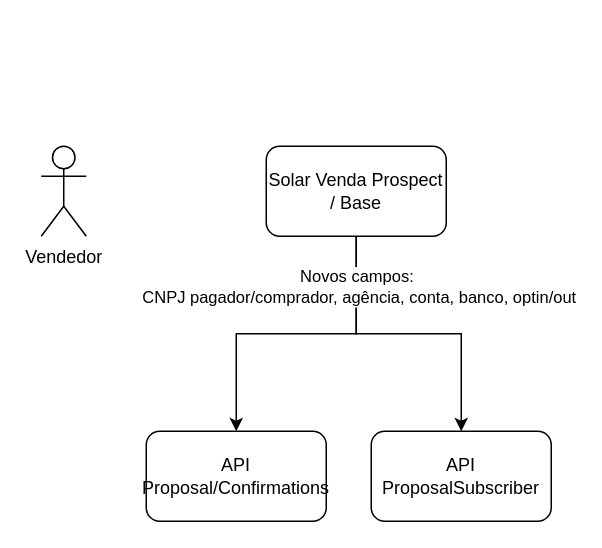
Above: Solar 129761 Pix Automático PME - Apresentação DSS.drawio in samirali/ClaroBrasil (draw.io), before the change. Source tidied: cells renumbered, new cells numbered last; positions are measured from the earlier drawing's top-left corner, leaving out a move shared by most shapes. Both pictures are drawn from the tidied source at 150%, with x=0, y=0 at pixel (40, 146).
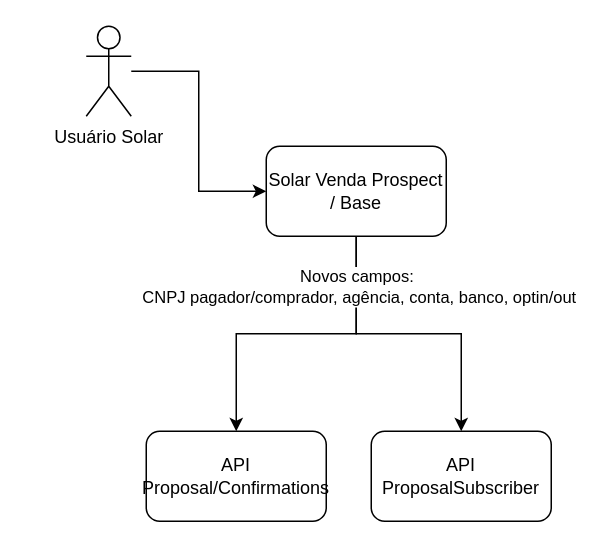
Above is the later version.

What changed in the source:
```diff
@@
 <mxGraphModel>
   <root>
     <mxCell id="0" />
     <mxCell id="1" parent="0" />
     <mxCell id="2" style="edgeStyle=orthogonalEdgeStyle;rounded=0;jettySize=auto;html=1;" parent="1" edge="1" source="5" target="8">
       <mxGeometry relative="1" as="geometry" />
     </mxCell>
     <mxCell id="3" style="edgeStyle=orthogonalEdgeStyle;rounded=0;jettySize=auto;html=1;" parent="1" edge="1" source="5" target="7">
       <mxGeometry relative="1" as="geometry" />
     </mxCell>
     <mxCell id="4" value="Novos campos:&amp;nbsp;&lt;div&gt;CNPJ pagador/comprador, agência, conta, banco, optin/out&lt;/div&gt;" style="edgeLabel;html=1;align=center;verticalAlign=middle;" parent="3" vertex="1">
       <mxGeometry x="-0.69" y="1" relative="1" as="geometry" />
     </mxCell>
     <mxCell id="5" value="Solar Venda Prospect / Base" style="rounded=1;whiteSpace=wrap;html=1;" parent="1" vertex="1">
       <mxGeometry x="150" width="120" height="60" as="geometry" />
     </mxCell>
+    <mxCell id="9" style="edgeStyle=orthogonalEdgeStyle;rounded=0;jettySize=auto;html=1;entryX=0;entryY=0.5;entryDx=0;entryDy=0;" parent="1" edge="1" source="6" target="5">
+      <mxGeometry relative="1" as="geometry" />
+    </mxCell>
-    <mxCell id="6" value="Vendedor" style="shape=umlActor;verticalLabelPosition=bottom;verticalAlign=top;html=1;outlineConnect=0;" parent="1" vertex="1">
-      <mxGeometry width="30" height="60" as="geometry" />
+    <mxCell id="6" value="Usuário Solar" style="shape=umlActor;verticalLabelPosition=bottom;verticalAlign=top;html=1;outlineConnect=0;" parent="1" vertex="1">
+      <mxGeometry x="30" y="-80" width="30" height="60" as="geometry" />
     </mxCell>
     <mxCell id="7" value="API Proposal/Confirmations" style="rounded=1;whiteSpace=wrap;html=1;" parent="1" vertex="1">
       <mxGeometry x="70" y="190" width="120" height="60" as="geometry" />
     </mxCell>
     <mxCell id="8" value="API ProposalSubscriber" style="rounded=1;whiteSpace=wrap;html=1;" parent="1" vertex="1">
       <mxGeometry x="220" y="190" width="120" height="60" as="geometry" />
     </mxCell>
   </root>
 </mxGraphModel>
```
